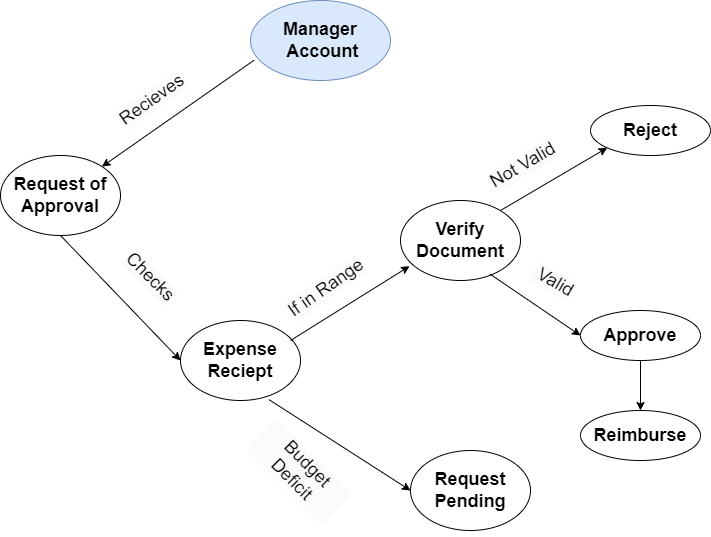
Above: ConceptMap_1.drawio.png in Keyur1284/Group26_Software_Project (draw.io), before the change. Source tidied: cells renumbered, new cells last; positions are measured from the earlier drawing's top-left corner, leaving out a move shared by most shapes. Source of this version:
```xml
<mxGraphModel>
  <root>
    <mxCell id="0" />
    <mxCell id="1" parent="0" />
    <mxCell id="2" value="&lt;h2&gt;&lt;b&gt;Manager&lt;br&gt;&lt;/b&gt;&lt;b&gt;&amp;nbsp;Account&lt;/b&gt;&lt;/h2&gt;" style="ellipse;whiteSpace=wrap;html=1;fillColor=#dae8fc;strokeColor=#6c8ebf;" parent="1" vertex="1">
      <mxGeometry x="250" width="140" height="80" as="geometry" />
    </mxCell>
    <mxCell id="3" value="&lt;h2&gt;Request of Approval&lt;/h2&gt;" style="ellipse;whiteSpace=wrap;html=1;" parent="1" vertex="1">
      <mxGeometry y="155" width="120" height="80" as="geometry" />
    </mxCell>
    <mxCell id="4" value="&lt;h2&gt;Expense Reciept&lt;/h2&gt;" style="ellipse;whiteSpace=wrap;html=1;" parent="1" vertex="1">
      <mxGeometry x="180" y="320" width="120" height="80" as="geometry" />
    </mxCell>
    <mxCell id="5" value="&lt;h2&gt;Verify Document&lt;/h2&gt;" style="ellipse;whiteSpace=wrap;html=1;" parent="1" vertex="1">
      <mxGeometry x="400" y="200" width="120" height="80" as="geometry" />
    </mxCell>
    <mxCell id="6" value="&lt;h2&gt;Request Pending&lt;/h2&gt;" style="ellipse;whiteSpace=wrap;html=1;" parent="1" vertex="1">
      <mxGeometry x="410" y="450" width="120" height="80" as="geometry" />
    </mxCell>
    <mxCell id="7" value="&lt;h2&gt;Approve&lt;/h2&gt;" style="ellipse;whiteSpace=wrap;html=1;" parent="1" vertex="1">
      <mxGeometry x="580" y="310" width="120" height="50" as="geometry" />
    </mxCell>
    <mxCell id="8" value="&lt;h2&gt;Reimburse&lt;/h2&gt;" style="ellipse;whiteSpace=wrap;html=1;" parent="1" vertex="1">
      <mxGeometry x="580" y="410" width="120" height="50" as="geometry" />
    </mxCell>
    <mxCell id="9" style="endArrow=classic;html=1;rounded=0;exitX=0.026;exitY=0.746;exitDx=0;exitDy=0;exitPerimeter=0;" parent="1" edge="1" source="2" target="3">
      <mxGeometry relative="1" as="geometry" />
    </mxCell>
    <mxCell id="10" value="&lt;h2 style=&quot;border-color: var(--border-color); color: rgb(0, 0, 0); font-family: Helvetica; font-style: normal; font-variant-ligatures: normal; font-variant-caps: normal; letter-spacing: normal; orphans: 2; text-align: center; text-indent: 0px; text-transform: none; widows: 2; word-spacing: 0px; -webkit-text-stroke-width: 0px; background-color: rgb(251, 251, 251); text-decoration-thickness: initial; text-decoration-style: initial; text-decoration-color: initial;&quot;&gt;&lt;span style=&quot;font-weight: normal;&quot;&gt;Recieves&lt;/span&gt;&lt;/h2&gt;" style="text;whiteSpace=wrap;html=1;fontStyle=0;rotation=-35;" parent="1" vertex="1">
      <mxGeometry x="120" y="55" width="110" height="100" as="geometry" />
    </mxCell>
    <mxCell id="11" style="endArrow=classic;html=1;rounded=0;exitX=0.5;exitY=1;exitDx=0;exitDy=0;entryX=0;entryY=0.5;entryDx=0;entryDy=0;" parent="1" edge="1" source="3" target="4">
      <mxGeometry relative="1" as="geometry" />
    </mxCell>
    <mxCell id="12" value="&lt;h2 style=&quot;border-color: var(--border-color); color: rgb(0, 0, 0); font-family: Helvetica; font-style: normal; font-variant-ligatures: normal; font-variant-caps: normal; letter-spacing: normal; orphans: 2; text-indent: 0px; text-transform: none; widows: 2; word-spacing: 0px; -webkit-text-stroke-width: 0px; text-decoration-thickness: initial; text-decoration-style: initial; text-decoration-color: initial; text-align: center; background-color: rgb(251, 251, 251);&quot;&gt;&lt;span style=&quot;border-color: var(--border-color); font-weight: normal;&quot;&gt;Checks&lt;/span&gt;&lt;/h2&gt;" style="text;whiteSpace=wrap;html=1;rotation=45;" parent="1" vertex="1">
      <mxGeometry x="110" y="260" width="110" height="70" as="geometry" />
    </mxCell>
    <mxCell id="13" value="&lt;h2 style=&quot;border-color: var(--border-color); color: rgb(0, 0, 0); font-family: Helvetica; font-style: normal; font-variant-ligatures: normal; font-variant-caps: normal; letter-spacing: normal; orphans: 2; text-indent: 0px; text-transform: none; widows: 2; word-spacing: 0px; -webkit-text-stroke-width: 0px; text-decoration-thickness: initial; text-decoration-style: initial; text-decoration-color: initial; text-align: center; background-color: rgb(251, 251, 251);&quot;&gt;&lt;span style=&quot;border-color: var(--border-color); font-weight: normal;&quot;&gt;If in Range&lt;/span&gt;&lt;/h2&gt;" style="text;whiteSpace=wrap;html=1;rotation=-35;" parent="1" vertex="1">
      <mxGeometry x="280" y="250" width="110" height="70" as="geometry" />
    </mxCell>
    <mxCell id="14" style="endArrow=classic;html=1;rounded=0;entryX=0.075;entryY=0.821;entryDx=0;entryDy=0;entryPerimeter=0;" parent="1" edge="1" target="5">
      <mxGeometry relative="1" as="geometry">
        <mxPoint x="290" y="340" as="sourcePoint" />
      </mxGeometry>
    </mxCell>
    <mxCell id="15" style="endArrow=classic;html=1;rounded=0;exitX=0.736;exitY=0.988;exitDx=0;exitDy=0;exitPerimeter=0;entryX=0;entryY=0.5;entryDx=0;entryDy=0;" parent="1" edge="1" source="4" target="6">
      <mxGeometry relative="1" as="geometry" />
    </mxCell>
    <mxCell id="16" value="&lt;h2 style=&quot;border-color: var(--border-color); color: rgb(0, 0, 0); font-family: Helvetica; font-style: normal; font-variant-ligatures: normal; font-variant-caps: normal; letter-spacing: normal; orphans: 2; text-indent: 0px; text-transform: none; widows: 2; word-spacing: 0px; -webkit-text-stroke-width: 0px; text-decoration-thickness: initial; text-decoration-style: initial; text-decoration-color: initial; text-align: center; background-color: rgb(251, 251, 251);&quot;&gt;&lt;span style=&quot;border-color: var(--border-color); font-weight: normal;&quot;&gt;Budget Deficit&lt;/span&gt;&lt;/h2&gt;" style="text;whiteSpace=wrap;html=1;rotation=45;" parent="1" vertex="1">
      <mxGeometry x="250" y="430" width="110" height="70" as="geometry" />
    </mxCell>
    <mxCell id="17" value="&lt;h2&gt;Reject&lt;/h2&gt;" style="ellipse;whiteSpace=wrap;html=1;" parent="1" vertex="1">
      <mxGeometry x="590" y="105" width="120" height="50" as="geometry" />
    </mxCell>
    <mxCell id="18" style="endArrow=classic;html=1;rounded=0;entryX=0;entryY=1;entryDx=0;entryDy=0;" parent="1" edge="1" target="17">
      <mxGeometry relative="1" as="geometry">
        <mxPoint x="500" y="210" as="sourcePoint" />
      </mxGeometry>
    </mxCell>
    <mxCell id="19" value="&lt;h2 style=&quot;border-color: var(--border-color); color: rgb(0, 0, 0); font-family: Helvetica; font-style: normal; font-variant-ligatures: normal; font-variant-caps: normal; letter-spacing: normal; orphans: 2; text-align: center; text-indent: 0px; text-transform: none; widows: 2; word-spacing: 0px; -webkit-text-stroke-width: 0px; background-color: rgb(251, 251, 251); text-decoration-thickness: initial; text-decoration-style: initial; text-decoration-color: initial;&quot;&gt;&lt;span style=&quot;font-weight: normal;&quot;&gt;Not Valid&lt;/span&gt;&lt;/h2&gt;" style="text;whiteSpace=wrap;html=1;fontStyle=0;rotation=-30;" parent="1" vertex="1">
      <mxGeometry x="480" y="130" width="90" height="50" as="geometry" />
    </mxCell>
    <mxCell id="20" style="endArrow=classic;html=1;rounded=0;exitX=0.747;exitY=0.921;exitDx=0;exitDy=0;exitPerimeter=0;entryX=0;entryY=0.5;entryDx=0;entryDy=0;" parent="1" edge="1" source="5" target="7">
      <mxGeometry relative="1" as="geometry" />
    </mxCell>
    <mxCell id="21" value="&lt;h2 style=&quot;border-color: var(--border-color); color: rgb(0, 0, 0); font-family: Helvetica; font-style: normal; font-variant-ligatures: normal; font-variant-caps: normal; letter-spacing: normal; orphans: 2; text-align: center; text-indent: 0px; text-transform: none; widows: 2; word-spacing: 0px; -webkit-text-stroke-width: 0px; background-color: rgb(251, 251, 251); text-decoration-thickness: initial; text-decoration-style: initial; text-decoration-color: initial;&quot;&gt;&lt;span style=&quot;font-weight: normal;&quot;&gt;&amp;nbsp;Valid&lt;/span&gt;&lt;/h2&gt;" style="text;whiteSpace=wrap;html=1;fontStyle=0;rotation=30;" parent="1" vertex="1">
      <mxGeometry x="530" y="260" width="90" height="50" as="geometry" />
    </mxCell>
    <mxCell id="22" style="endArrow=classic;html=1;rounded=0;exitX=0.5;exitY=1;exitDx=0;exitDy=0;entryX=0.5;entryY=0;entryDx=0;entryDy=0;" parent="1" edge="1" source="7" target="8">
      <mxGeometry relative="1" as="geometry" />
    </mxCell>
  </root>
</mxGraphModel>
```
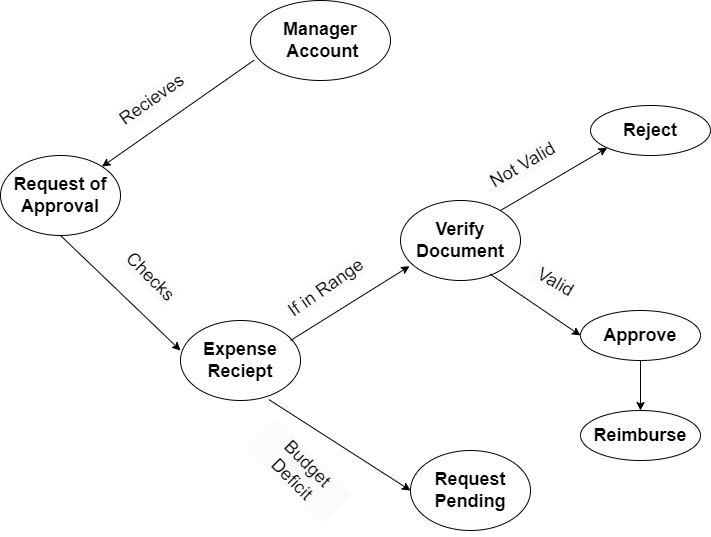
After the commit.

The edit, as a diff of the source:
```diff
@@ -2,7 +2,7 @@
   <root>
     <mxCell id="0" />
     <mxCell id="1" parent="0" />
-    <mxCell id="2" value="&lt;h2&gt;&lt;b&gt;Manager&lt;br&gt;&lt;/b&gt;&lt;b&gt;&amp;nbsp;Account&lt;/b&gt;&lt;/h2&gt;" style="ellipse;whiteSpace=wrap;html=1;fillColor=#dae8fc;strokeColor=#6c8ebf;" parent="1" vertex="1">
+    <mxCell id="2" value="&lt;h2&gt;&lt;b&gt;Manager&lt;br&gt;&lt;/b&gt;&lt;b&gt;&amp;nbsp;Account&lt;/b&gt;&lt;/h2&gt;" style="ellipse;whiteSpace=wrap;html=1;" parent="1" vertex="1">
       <mxGeometry x="250" width="140" height="80" as="geometry" />
     </mxCell>
     <mxCell id="3" value="&lt;h2&gt;Request of Approval&lt;/h2&gt;" style="ellipse;whiteSpace=wrap;html=1;" parent="1" vertex="1">
@@ -29,8 +29,10 @@
     <mxCell id="10" value="&lt;h2 style=&quot;border-color: var(--border-color); color: rgb(0, 0, 0); font-family: Helvetica; font-style: normal; font-variant-ligatures: normal; font-variant-caps: normal; letter-spacing: normal; orphans: 2; text-align: center; text-indent: 0px; text-transform: none; widows: 2; word-spacing: 0px; -webkit-text-stroke-width: 0px; background-color: rgb(251, 251, 251); text-decoration-thickness: initial; text-decoration-style: initial; text-decoration-color: initial;&quot;&gt;&lt;span style=&quot;font-weight: normal;&quot;&gt;Recieves&lt;/span&gt;&lt;/h2&gt;" style="text;whiteSpace=wrap;html=1;fontStyle=0;rotation=-35;" parent="1" vertex="1">
       <mxGeometry x="120" y="55" width="110" height="100" as="geometry" />
     </mxCell>
-    <mxCell id="11" style="endArrow=classic;html=1;rounded=0;exitX=0.5;exitY=1;exitDx=0;exitDy=0;entryX=0;entryY=0.5;entryDx=0;entryDy=0;" parent="1" edge="1" source="3" target="4">
-      <mxGeometry relative="1" as="geometry" />
+    <mxCell id="11" style="endArrow=classic;html=1;rounded=0;exitX=0.5;exitY=1;exitDx=0;exitDy=0;" parent="1" edge="1" source="3">
+      <mxGeometry relative="1" as="geometry">
+        <mxPoint x="180" y="350" as="targetPoint" />
+      </mxGeometry>
     </mxCell>
     <mxCell id="12" value="&lt;h2 style=&quot;border-color: var(--border-color); color: rgb(0, 0, 0); font-family: Helvetica; font-style: normal; font-variant-ligatures: normal; font-variant-caps: normal; letter-spacing: normal; orphans: 2; text-indent: 0px; text-transform: none; widows: 2; word-spacing: 0px; -webkit-text-stroke-width: 0px; text-decoration-thickness: initial; text-decoration-style: initial; text-decoration-color: initial; text-align: center; background-color: rgb(251, 251, 251);&quot;&gt;&lt;span style=&quot;border-color: var(--border-color); font-weight: normal;&quot;&gt;Checks&lt;/span&gt;&lt;/h2&gt;" style="text;whiteSpace=wrap;html=1;rotation=45;" parent="1" vertex="1">
       <mxGeometry x="110" y="260" width="110" height="70" as="geometry" />
```
